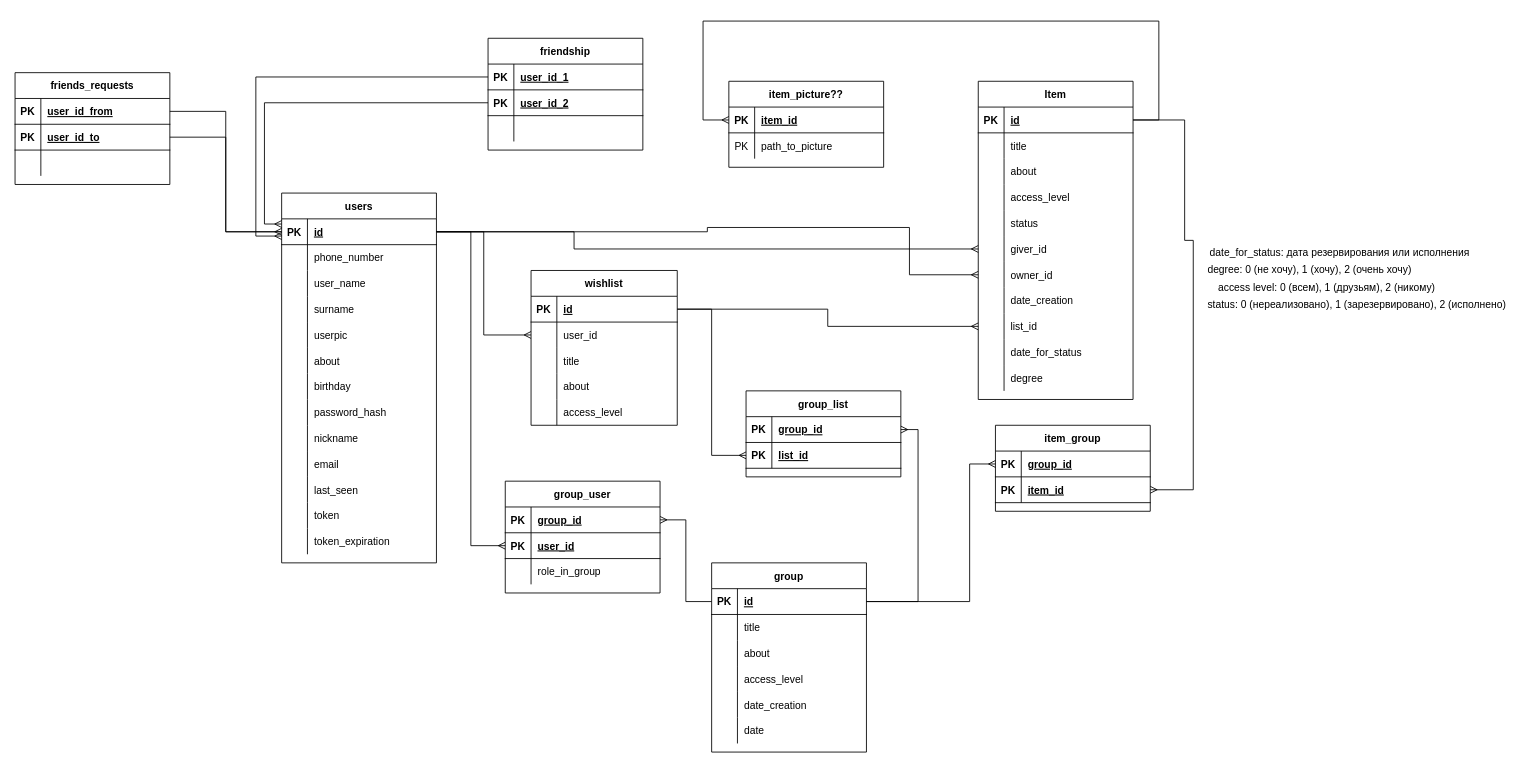
Earlier version of the draw.io diagram other/ER_wishlist.drawio (johuex/wishlist_GQL). Source tidied: cells renumbered, new cells numbered last; positions are measured from the earlier drawing's top-left corner, leaving out a move shared by most shapes. Both pictures are drawn from the tidied source at 86%, with x=0, y=0 at pixel (15, 21).
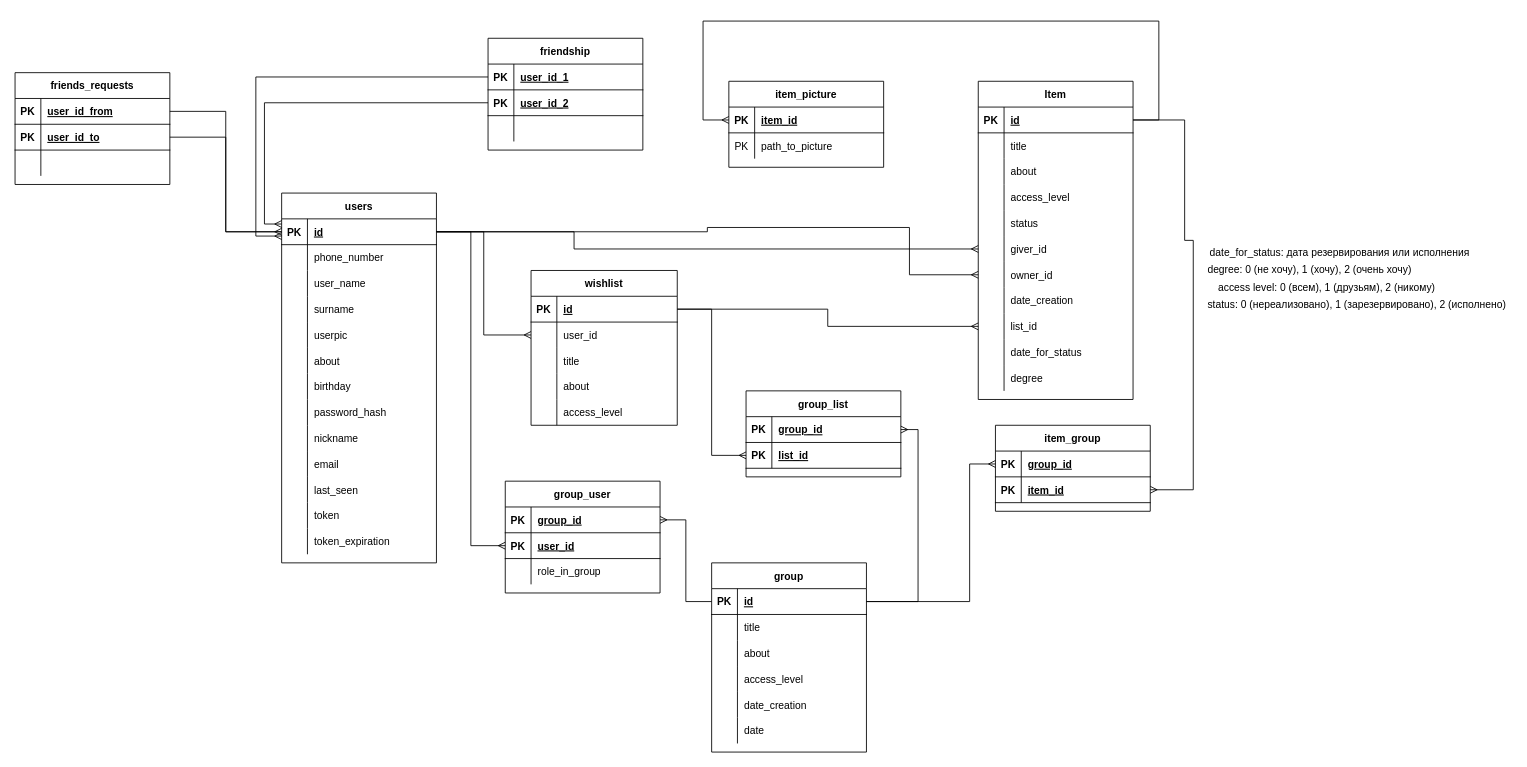
The same diagram, later.

The edit, as a diff of the source:
```diff
@@
-    <mxCell id="167" value="item_picture??" style="shape=table;startSize=30;childLayout=tableLayout;rowLines=0;fontStyle=1;align=center;" parent="1" vertex="1">
+    <mxCell id="167" value="item_picture" style="shape=table;startSize=30;childLayout=tableLayout;rowLines=0;fontStyle=1;align=center;" parent="1" vertex="1">
       <mxGeometry x="830" y="70" width="180" height="100" as="geometry" />
     </mxCell>
```
